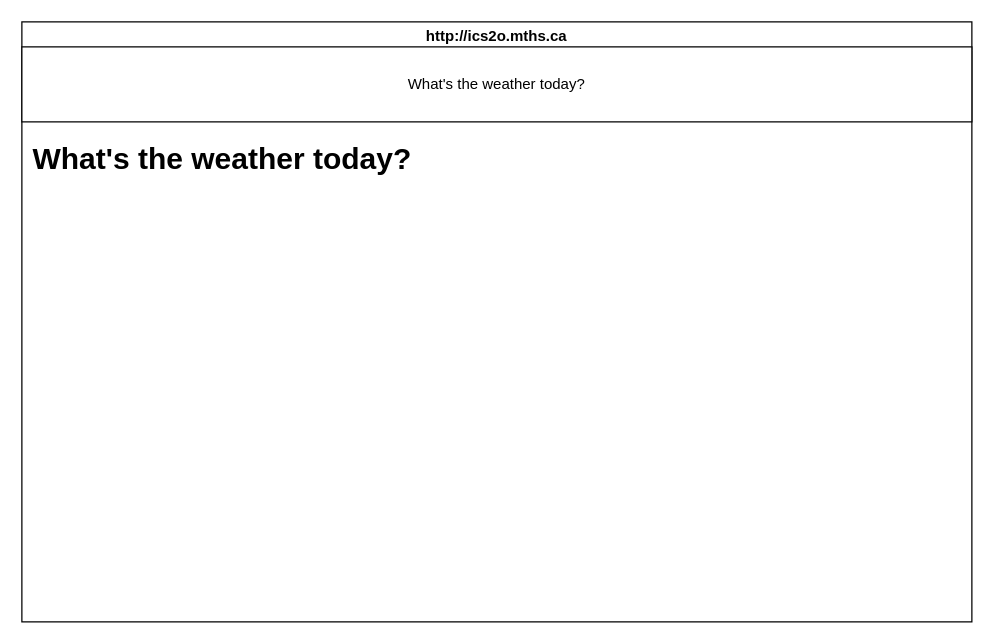
Earlier version of the draw.io diagram design/storyboard.drawio (MTHS-ICS2O-2-2022/ICS2O-Unit-6-03-Yuri-Gabutero24). Source tidied: cells renumbered, new cells numbered last; positions are measured from the earlier drawing's top-left corner, leaving out a move shared by most shapes. Both pictures are drawn from the tidied source at 125%, with x=0, y=0 at pixel (21, 21).
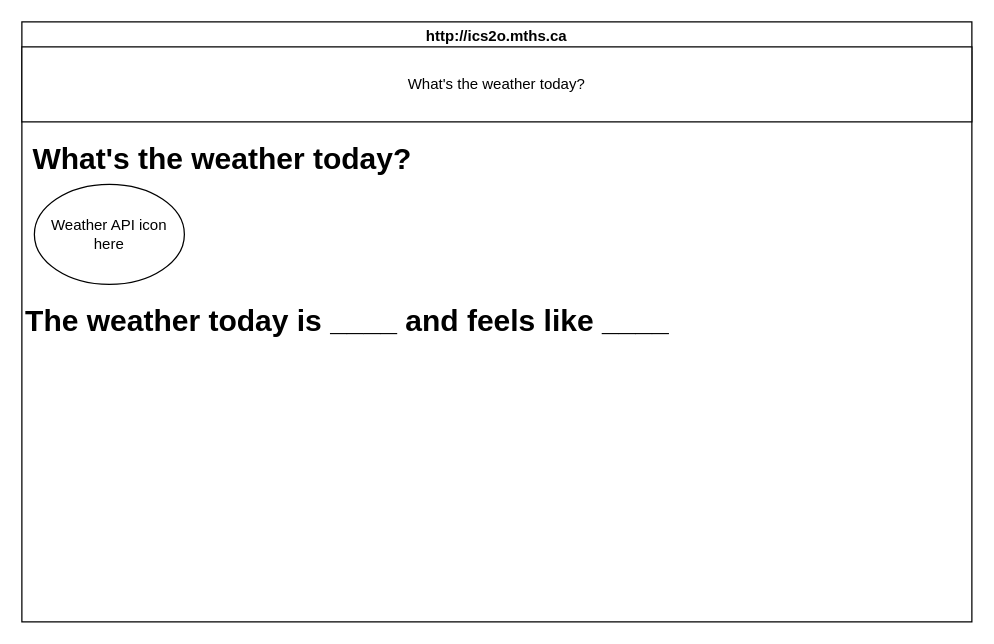
The same page after the edit.

The edit, as a diff of the source:
```diff
@@
 <mxGraphModel>
   <root>
     <mxCell id="0" />
     <mxCell id="1" parent="0" />
     <mxCell id="2" value="http://ics2o.mths.ca" style="swimlane;whiteSpace=wrap;html=1;" parent="1" vertex="1">
       <mxGeometry width="760" height="480" as="geometry" />
     </mxCell>
     <mxCell id="3" value="What's the weather today?" style="rounded=0;whiteSpace=wrap;html=1;" parent="2" vertex="1">
       <mxGeometry y="20" width="760" height="60" as="geometry" />
     </mxCell>
     <mxCell id="4" value="What's the weather today?" style="text;strokeColor=none;fillColor=none;html=1;fontSize=24;fontStyle=1;verticalAlign=middle;align=center;" parent="2" vertex="1">
       <mxGeometry x="110" y="90" width="100" height="40" as="geometry" />
     </mxCell>
+    <mxCell id="5" value="Weather API icon here" style="ellipse;whiteSpace=wrap;html=1;" parent="2" vertex="1">
+      <mxGeometry x="10" y="130" width="120" height="80" as="geometry" />
+    </mxCell>
+    <mxCell id="6" value="The weather today is ____ and feels like ____" style="text;strokeColor=none;fillColor=none;html=1;fontSize=24;fontStyle=1;verticalAlign=middle;align=center;" parent="2" vertex="1">
+      <mxGeometry x="210" y="220" width="100" height="40" as="geometry" />
+    </mxCell>
   </root>
 </mxGraphModel>
```
